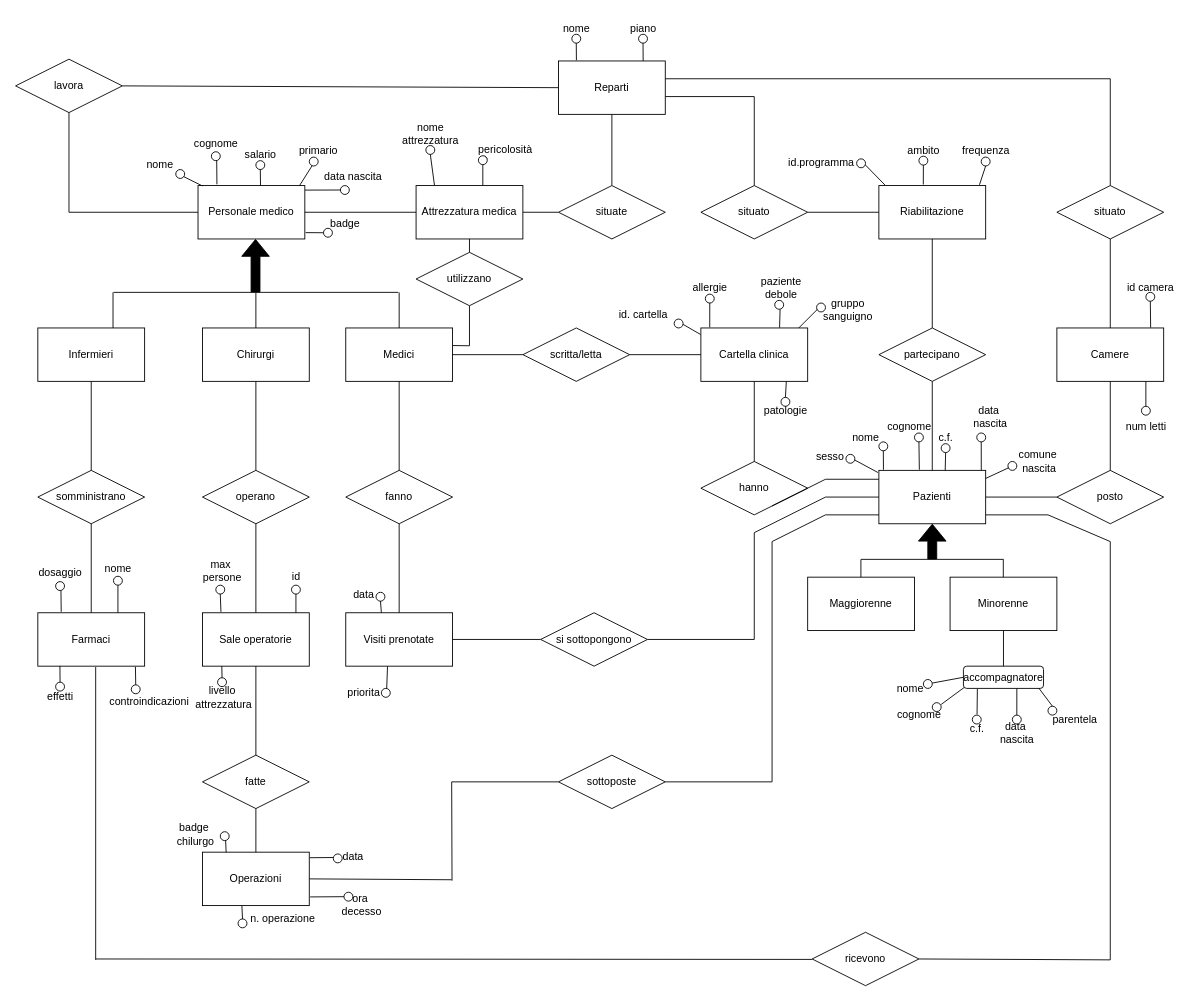
MicheleDioli/UniPD-database-project-2024 keeps this draw.io diagram as ER-conc.drawio. Above is the earlier version. Source tidied: cells renumbered, new cells numbered last; positions are measured from the earlier drawing's top-left corner, leaving out a move shared by most shapes. Both pictures are drawn from the tidied source at 89%, with x=0, y=0 at pixel (15, 15).
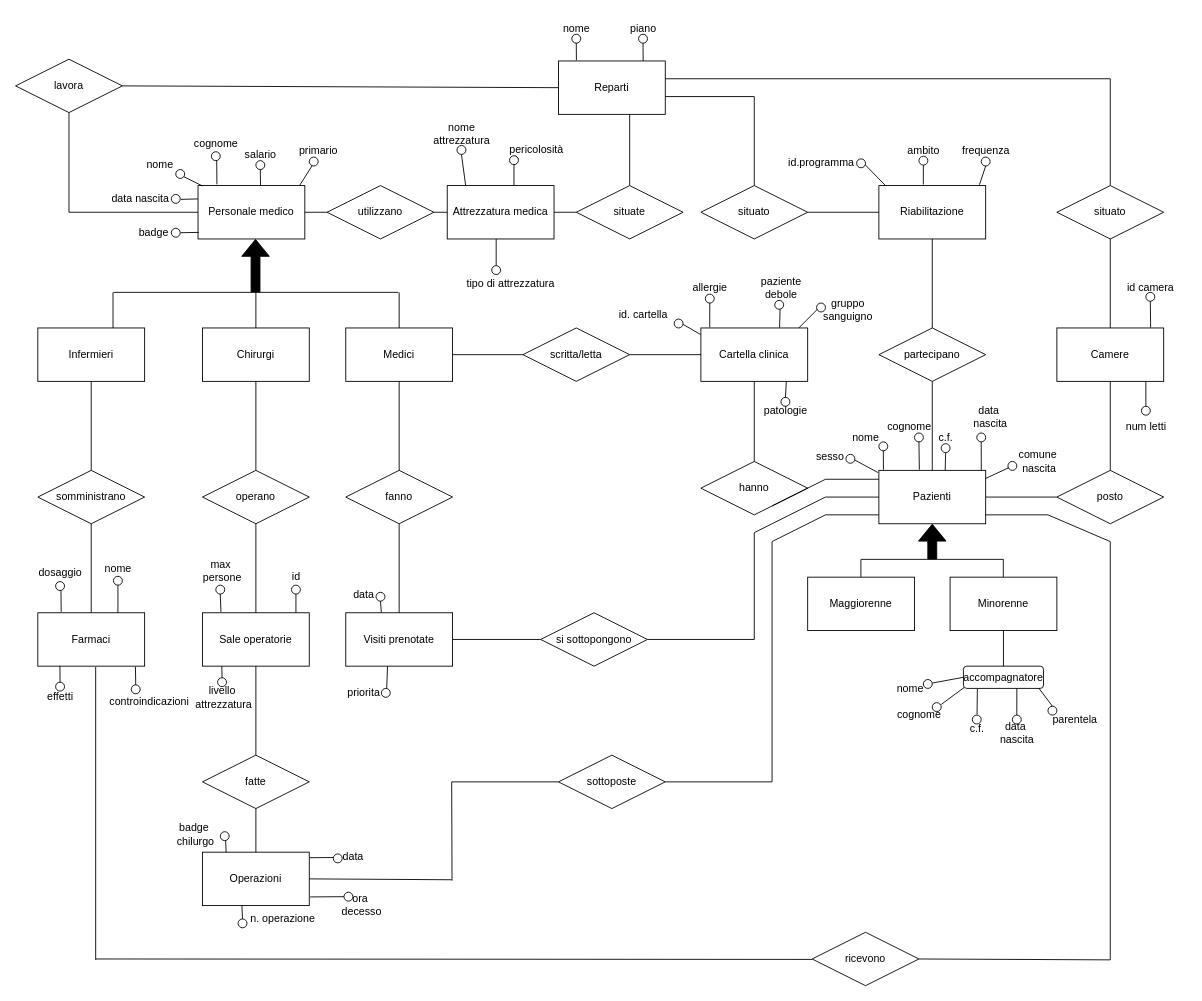
After the change.

Commit message:
concett aggiornata

The change refers to these unchanged cells:
```xml
<mxCell id="2" value="Personale medico" style="rounded=0;whiteSpace=wrap;html=1;" parent="1" vertex="1">
  <mxGeometry x="205" y="191" width="120" height="60" as="geometry" />
</mxCell>
<mxCell id="3" value="Medici" style="rounded=0;whiteSpace=wrap;html=1;" parent="1" vertex="1">
  <mxGeometry x="371" y="351" width="120" height="60" as="geometry" />
</mxCell>
<mxCell id="9" value="Reparti" style="rounded=0;whiteSpace=wrap;html=1;" parent="1" vertex="1">
  <mxGeometry x="610" y="51" width="120" height="60" as="geometry" />
</mxCell>
```

Change to the diagram source:
```diff
@@
     <mxCell id="13" value="Attrezzatura medica" style="rounded=0;whiteSpace=wrap;html=1;" parent="1" vertex="1">
-      <mxGeometry x="450" y="191" width="120" height="60" as="geometry" />
+      <mxGeometry x="485" y="191" width="120" height="60" as="geometry" />
     </mxCell>
@@
     <mxCell id="31" value="utilizzano" style="shape=rhombus;perimeter=rhombusPerimeter;whiteSpace=wrap;html=1;align=center;" parent="1" vertex="1">
-      <mxGeometry x="450" y="266" width="120" height="60" as="geometry" />
+      <mxGeometry x="350" y="191" width="120" height="60" as="geometry" />
     </mxCell>
@@
     <mxCell id="42" style="endArrow=none;html=1;rounded=0;startArrow=none;" parent="1" edge="1" source="226">
       <mxGeometry relative="1" as="geometry">
-        <mxPoint x="670" y="221" as="targetPoint" />
+        <mxPoint x="690" y="221" as="targetPoint" />
       </mxGeometry>
     </mxCell>
-    <mxCell id="43" style="endArrow=none;html=1;rounded=0;entryX=0.5;entryY=1;entryDx=0;entryDy=0;startArrow=none;" parent="1" edge="1" source="226" target="9">
-      <mxGeometry relative="1" as="geometry" />
+    <mxCell id="43" style="endArrow=none;html=1;rounded=0;entryX=0.5;entryY=1;entryDx=0;entryDy=0;startArrow=none;" parent="1" edge="1" source="226">
+      <mxGeometry relative="1" as="geometry">
+        <mxPoint x="690" y="111" as="targetPoint" />
+      </mxGeometry>
     </mxCell>
@@
     <mxCell id="97" value="nome&lt;div&gt;attrezzatura&lt;/div&gt;" style="text;html=1;align=center;verticalAlign=middle;strokeColor=none;fillColor=none;" parent="1" vertex="1">
-      <mxGeometry x="421" y="113" width="90" height="40" as="geometry" />
+      <mxGeometry x="456" y="113" width="90" height="40" as="geometry" />
     </mxCell>
     <mxCell id="98" value="pericolosità" style="text;html=1;align=center;verticalAlign=middle;strokeColor=none;fillColor=none;" parent="1" vertex="1">
-      <mxGeometry x="510" y="135.5" width="80" height="30" as="geometry" />
+      <mxGeometry x="545" y="135.5" width="80" height="30" as="geometry" />
     </mxCell>
@@
     <mxCell id="114" value="data nascita" style="text;html=1;align=center;verticalAlign=middle;points=[];strokeColor=none;fillColor=none;" parent="1" vertex="1">
-      <mxGeometry x="334" y="165.5" width="90" height="30" as="geometry" />
+      <mxGeometry x="95" y="191" width="90" height="30" as="geometry" />
     </mxCell>
@@
     <mxCell id="119" style="ellipse;whiteSpace=wrap;html=1;" parent="1" vertex="1">
-      <mxGeometry x="365" y="191" width="10" height="10" as="geometry" />
+      <mxGeometry x="175" y="201" width="10" height="10" as="geometry" />
     </mxCell>
     <mxCell id="120" value="badge" style="text;html=1;align=center;verticalAlign=middle;points=[];strokeColor=none;fillColor=none;" parent="1" vertex="1">
-      <mxGeometry x="340" y="219" width="60" height="30" as="geometry" />
+      <mxGeometry x="125" y="229" width="60" height="30" as="geometry" />
     </mxCell>
     <mxCell id="121" style="ellipse;whiteSpace=wrap;html=1;" parent="1" vertex="1">
-      <mxGeometry x="346" y="239" width="10" height="10" as="geometry" />
+      <mxGeometry x="175" y="239" width="10" height="10" as="geometry" />
     </mxCell>
@@
-    <mxCell id="126" style="endArrow=none;html=1;rounded=0;exitX=1.002;exitY=0.085;exitDx=0;exitDy=0;exitPerimeter=0;" parent="1" edge="1" source="2">
-      <mxGeometry relative="1" as="geometry">
-        <mxPoint x="365" y="196" as="targetPoint" />
-      </mxGeometry>
+    <mxCell id="126" style="endArrow=none;html=1;rounded=0;exitX=1.009;exitY=0.517;exitDx=0;exitDy=0;exitPerimeter=0;entryX=0;entryY=0.25;entryDx=0;entryDy=0;" parent="1" edge="1" source="114" target="2">
+      <mxGeometry relative="1" as="geometry" />
     </mxCell>
-    <mxCell id="127" style="endArrow=none;html=1;rounded=0;entryX=0;entryY=0.5;entryDx=0;entryDy=0;exitX=1.008;exitY=0.881;exitDx=0;exitDy=0;exitPerimeter=0;" parent="1" edge="1" source="2" target="121">
-      <mxGeometry relative="1" as="geometry" />
-    </mxCell>
@@
     <mxCell id="181" style="ellipse;whiteSpace=wrap;html=1;" parent="1" vertex="1">
-      <mxGeometry x="461" y="146" width="10" height="10" as="geometry" />
+      <mxGeometry x="496" y="146" width="10" height="10" as="geometry" />
     </mxCell>
     <mxCell id="182" style="endArrow=none;html=1;rounded=0;exitX=0.172;exitY=-0.009;exitDx=0;exitDy=0;exitPerimeter=0;" parent="1" edge="1" source="13">
       <mxGeometry relative="1" as="geometry">
-        <mxPoint x="466" y="156" as="targetPoint" />
+        <mxPoint x="501" y="156" as="targetPoint" />
       </mxGeometry>
     </mxCell>
     <mxCell id="183" style="endArrow=none;html=1;rounded=0;exitX=0.703;exitY=0.003;exitDx=0;exitDy=0;exitPerimeter=0;startArrow=none;" parent="1" edge="1" source="223">
       <mxGeometry relative="1" as="geometry">
-        <mxPoint x="530" y="160.5" as="targetPoint" />
+        <mxPoint x="565" y="160.5" as="targetPoint" />
       </mxGeometry>
     </mxCell>
@@
     <mxCell id="222" style="endArrow=none;html=1;rounded=0;" parent="1" edge="1" target="223">
       <mxGeometry relative="1" as="geometry">
-        <mxPoint x="525" y="190.5" as="sourcePoint" />
+        <mxPoint x="560" y="190.5" as="sourcePoint" />
       </mxGeometry>
     </mxCell>
     <mxCell id="223" style="ellipse;whiteSpace=wrap;html=1;" parent="1" vertex="1">
-      <mxGeometry x="520" y="157.5" width="10" height="10" as="geometry" />
+      <mxGeometry x="555" y="157.5" width="10" height="10" as="geometry" />
     </mxCell>
@@
     <mxCell id="225" style="endArrow=none;html=1;rounded=0;entryX=0.5;entryY=1;entryDx=0;entryDy=0;" parent="1" edge="1" target="226">
       <mxGeometry relative="1" as="geometry">
-        <mxPoint x="670" y="221" as="sourcePoint" />
+        <mxPoint x="690" y="221" as="sourcePoint" />
       </mxGeometry>
     </mxCell>
     <mxCell id="226" value="situate" style="shape=rhombus;perimeter=rhombusPerimeter;whiteSpace=wrap;html=1;align=center;" parent="1" vertex="1">
-      <mxGeometry x="610" y="191" width="120" height="60" as="geometry" />
+      <mxGeometry x="630" y="191" width="120" height="60" as="geometry" />
     </mxCell>
-    <mxCell id="227" style="endArrow=none;html=1;exitX=1;exitY=0.5;exitDx=0;exitDy=0;" parent="1" edge="1" source="2">
-      <mxGeometry relative="1" as="geometry">
-        <mxPoint x="450" y="221" as="targetPoint" />
-      </mxGeometry>
-    </mxCell>
-    <mxCell id="228" style="endArrow=none;html=1;entryX=0.5;entryY=1;entryDx=0;entryDy=0;" parent="1" edge="1" target="31">
-      <mxGeometry relative="1" as="geometry">
-        <mxPoint x="510" y="371" as="sourcePoint" />
-      </mxGeometry>
-    </mxCell>
-    <mxCell id="229" style="endArrow=none;html=1;entryX=0.5;entryY=1;entryDx=0;entryDy=0;exitX=0.5;exitY=0;exitDx=0;exitDy=0;" parent="1" edge="1" source="31" target="13">
-      <mxGeometry relative="1" as="geometry" />
-    </mxCell>
-    <mxCell id="230" style="endArrow=none;html=1;exitX=1.003;exitY=0.329;exitDx=0;exitDy=0;exitPerimeter=0;" parent="1" edge="1" source="3">
-      <mxGeometry relative="1" as="geometry">
-        <mxPoint x="510" y="371" as="targetPoint" />
-      </mxGeometry>
-    </mxCell>
+    <mxCell id="231" style="endArrow=none;html=1;entryX=1.007;entryY=0.499;entryDx=0;entryDy=0;entryPerimeter=0;exitX=0.007;exitY=0.877;exitDx=0;exitDy=0;exitPerimeter=0;" parent="1" edge="1" source="2" target="120">
+      <mxGeometry relative="1" as="geometry" />
+    </mxCell>
+    <mxCell id="232" style="endArrow=none;html=1;exitX=1;exitY=0.5;exitDx=0;exitDy=0;" parent="1" edge="1" source="31">
+      <mxGeometry relative="1" as="geometry">
+        <mxPoint x="485" y="221" as="targetPoint" />
+      </mxGeometry>
+    </mxCell>
+    <mxCell id="233" style="endArrow=none;html=1;entryX=0;entryY=0.5;entryDx=0;entryDy=0;exitX=1;exitY=0.5;exitDx=0;exitDy=0;" parent="1" edge="1" source="2" target="31">
+      <mxGeometry relative="1" as="geometry" />
+    </mxCell>
+    <mxCell id="234" style="endArrow=none;html=1;" parent="1" edge="1">
+      <mxGeometry relative="1" as="geometry">
+        <mxPoint x="540" y="281" as="sourcePoint" />
+        <mxPoint x="540" y="251" as="targetPoint" />
+      </mxGeometry>
+    </mxCell>
+    <mxCell id="235" style="ellipse;whiteSpace=wrap;html=1;" parent="1" vertex="1">
+      <mxGeometry x="535" y="281" width="10" height="10" as="geometry" />
+    </mxCell>
+    <mxCell id="236" value="tipo di attrezzatura" style="text;html=1;align=center;verticalAlign=middle;strokeColor=none;fillColor=none;" parent="1" vertex="1">
+      <mxGeometry x="496" y="286" width="120" height="30" as="geometry" />
+    </mxCell>
```
